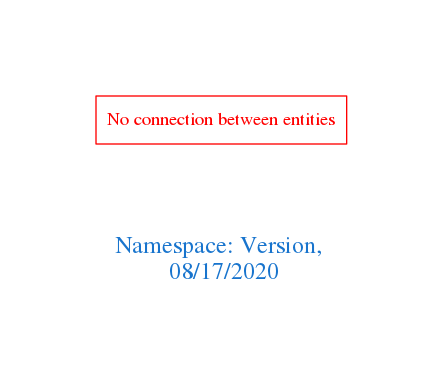
arago/OGIT keeps this Graphviz diagram as downloads/Version.png. Above is the earlier version. Its source is kept beside it as downloads/Version.dot.
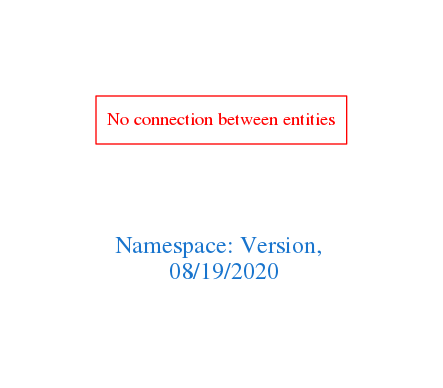
After the commit.

What changed in the source:
```diff
@@ -1,7 +1,7 @@
 digraph OGIT_ontology {
  graph [ rankdir= LR,pad=1
 fontsize = 18,
-fontcolor= dodgerblue3,label = "\n\n\nNamespace: Version, \n 08/17/2020"];
+fontcolor= dodgerblue3,label = "\n\n\nNamespace: Version, \n 08/19/2020"];
 node[shape=polygon];
 edge [  color="gray81"];
 
```
